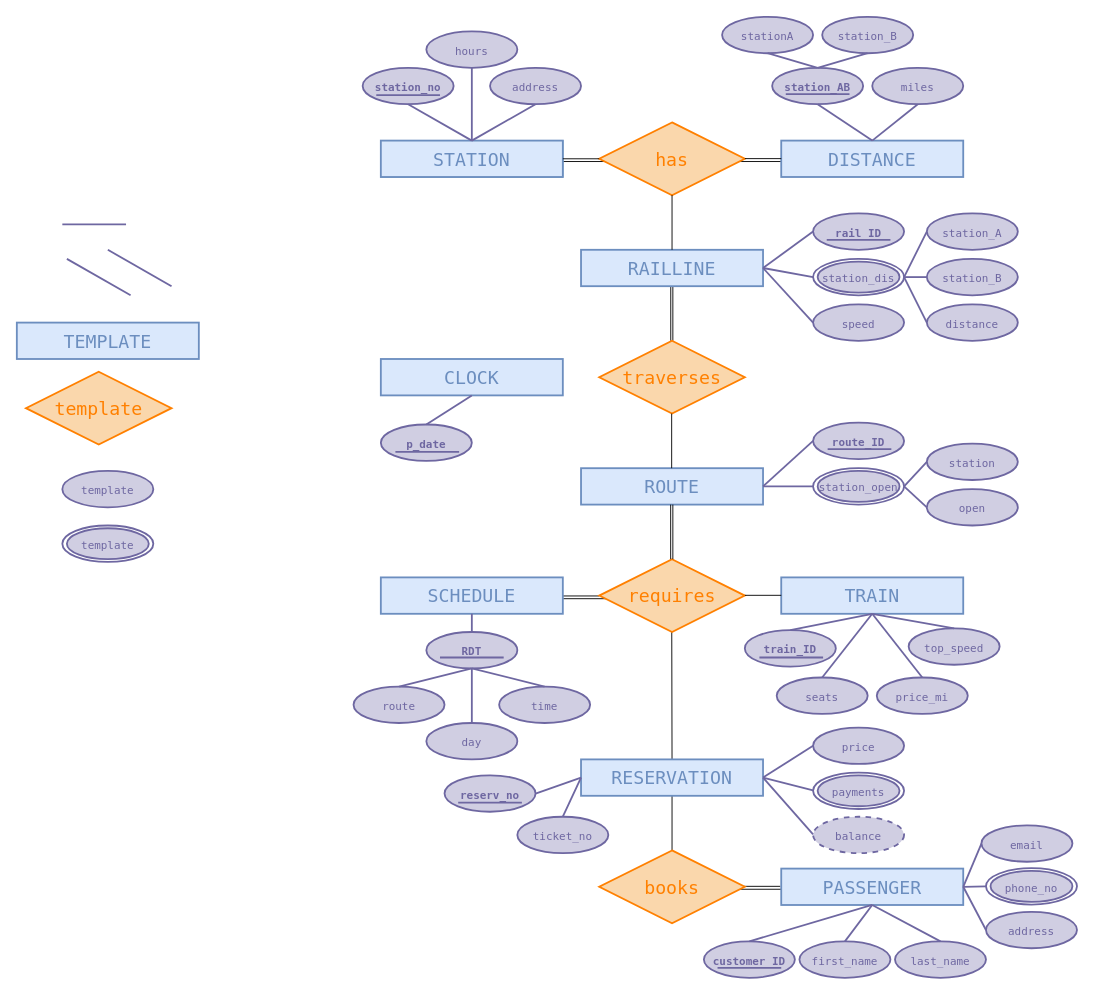
The draw.io diagram CostaExpress.drawio in anamok/TrainsDatabase, before the edit. Source tidied: cells renumbered, new cells numbered last; positions are measured from the earlier drawing's top-left corner, leaving out a move shared by most shapes. Both pictures are drawn from the tidied source at 91%, with x=0, y=0 at pixel (16, 16).
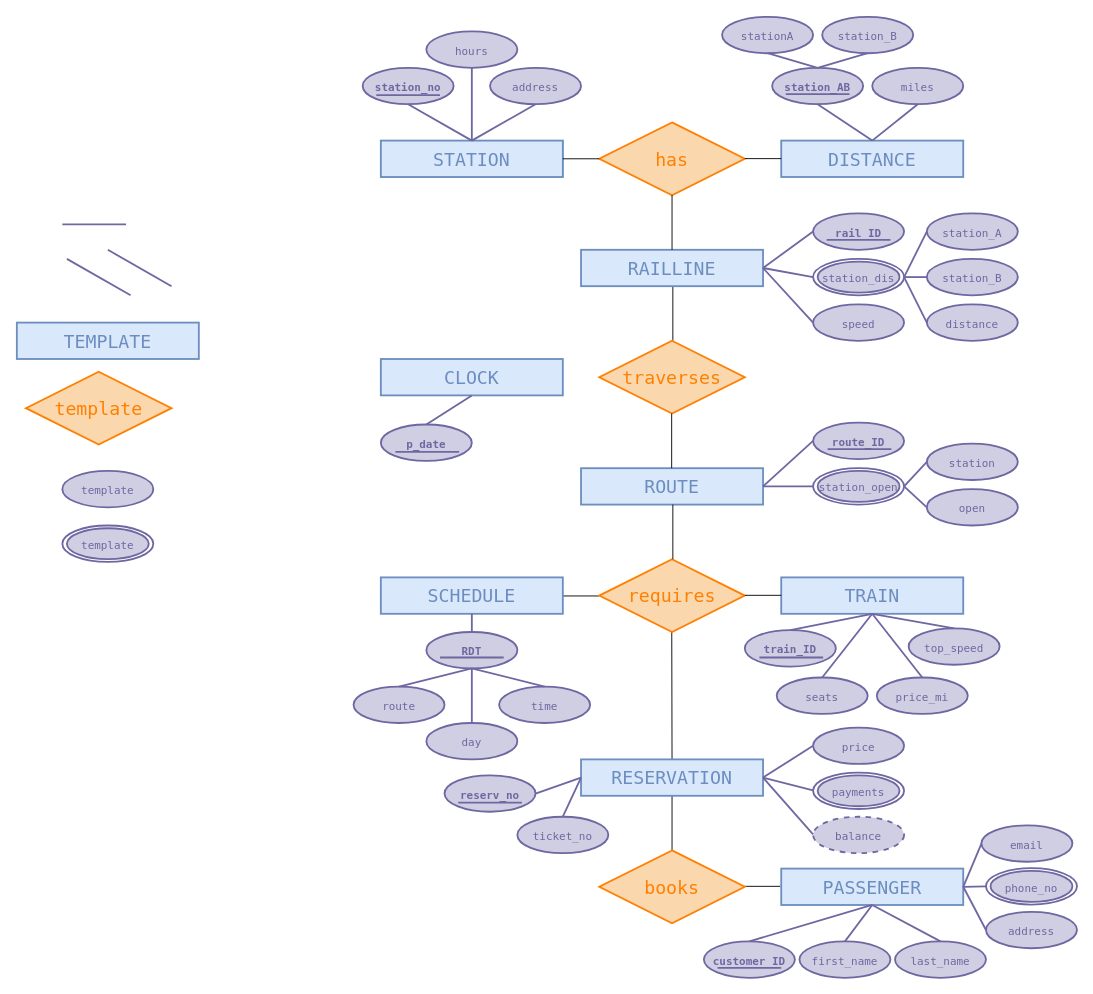
After the change.

What changed in the source:
```diff
@@
-    <mxCell id="2" style="endArrow=none;html=1;rounded=0;fontFamily=Lucida Console;fontSize=20;fontColor=#FF8000;entryX=0;entryY=0.5;entryDx=0;entryDy=0;exitX=1.002;exitY=0.6;exitDx=0;exitDy=0;exitPerimeter=0;" parent="1" edge="1">
-      <mxGeometry relative="1" as="geometry">
-        <mxPoint x="791.4" y="958.7" as="sourcePoint" />
-        <mxPoint x="840" y="958.7" as="targetPoint" />
-      </mxGeometry>
-    </mxCell>
@@
-    <mxCell id="8" style="endArrow=none;html=1;rounded=0;fontFamily=Lucida Console;fontSize=20;fontColor=#FF8000;entryX=0;entryY=0.5;entryDx=0;entryDy=0;exitX=1.002;exitY=0.6;exitDx=0;exitDy=0;exitPerimeter=0;" parent="1" edge="1">
-      <mxGeometry relative="1" as="geometry">
-        <mxPoint x="600.4" y="639.4" as="sourcePoint" />
-        <mxPoint x="649" y="639.4" as="targetPoint" />
-      </mxGeometry>
-    </mxCell>
@@
-    <mxCell id="11" style="endArrow=none;html=1;rounded=0;fontFamily=Lucida Console;fontSize=20;fontColor=#FF8000;entryX=0.5;entryY=1;entryDx=0;entryDy=0;exitX=0.5;exitY=0;exitDx=0;exitDy=0;strokeColor=#000000;" parent="1" edge="1">
-      <mxGeometry relative="1" as="geometry">
-        <mxPoint x="718.6" y="356" as="sourcePoint" />
-        <mxPoint x="718.6" y="296" as="targetPoint" />
-      </mxGeometry>
-    </mxCell>
-    <mxCell id="12" style="endArrow=none;html=1;rounded=0;fontFamily=Lucida Console;fontSize=20;fontColor=#FF8000;entryX=0;entryY=0.5;entryDx=0;entryDy=0;exitX=1.002;exitY=0.6;exitDx=0;exitDy=0;exitPerimeter=0;" parent="1" edge="1">
-      <mxGeometry relative="1" as="geometry">
-        <mxPoint x="792.4" y="159" as="sourcePoint" />
-        <mxPoint x="841" y="159" as="targetPoint" />
-      </mxGeometry>
-    </mxCell>
-    <mxCell id="13" style="endArrow=none;html=1;rounded=0;fontFamily=Lucida Console;fontSize=20;fontColor=#FF8000;entryX=0;entryY=0.5;entryDx=0;entryDy=0;exitX=1.002;exitY=0.6;exitDx=0;exitDy=0;exitPerimeter=0;" parent="1" edge="1">
-      <mxGeometry relative="1" as="geometry">
-        <mxPoint x="600.4" y="159" as="sourcePoint" />
-        <mxPoint x="649" y="159" as="targetPoint" />
-      </mxGeometry>
-    </mxCell>
@@
-    <mxCell id="44" style="endArrow=none;html=1;rounded=0;fontFamily=Lucida Console;fontSize=20;fontColor=#FF8000;entryX=0.5;entryY=1;entryDx=0;entryDy=0;exitX=0.5;exitY=0;exitDx=0;exitDy=0;strokeColor=#000000;" parent="1" edge="1">
-      <mxGeometry relative="1" as="geometry">
-        <mxPoint x="718.5" y="596" as="sourcePoint" />
-        <mxPoint x="718.5" y="536" as="targetPoint" />
-      </mxGeometry>
-    </mxCell>
```
